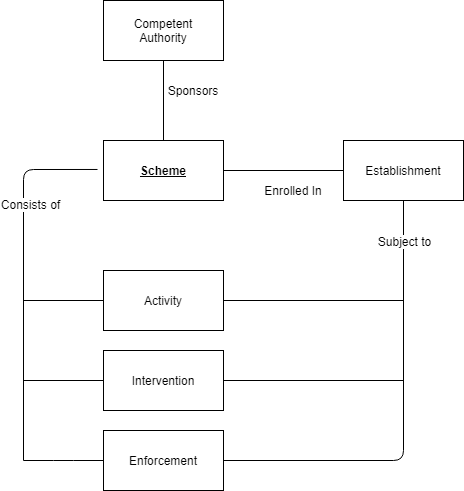
The draw.io diagram docs/entities/diagrams/Scheme.png in sheppard-ds/NH_ADMM, before a commit. Source tidied: cells renumbered, new cells last; positions are measured from the earlier drawing's top-left corner, leaving out a move shared by most shapes. Source of this version:
```xml
<mxGraphModel>
  <root>
    <mxCell id="0" />
    <mxCell id="1" parent="0" />
    <mxCell id="2" value="&lt;b&gt;&lt;u&gt;Scheme&lt;/u&gt;&lt;/b&gt;" style="rounded=0;whiteSpace=wrap;html=1;" parent="1" vertex="1">
      <mxGeometry x="80" y="140" width="120" height="60" as="geometry" />
    </mxCell>
    <mxCell id="3" value="Intervention" style="rounded=0;whiteSpace=wrap;html=1;" parent="1" vertex="1">
      <mxGeometry x="80" y="350" width="120" height="60" as="geometry" />
    </mxCell>
    <mxCell id="4" value="Enforcement" style="rounded=0;whiteSpace=wrap;html=1;" parent="1" vertex="1">
      <mxGeometry x="80" y="430" width="120" height="60" as="geometry" />
    </mxCell>
    <mxCell id="5" value="Establishment" style="rounded=0;whiteSpace=wrap;html=1;" parent="1" vertex="1">
      <mxGeometry x="320" y="140" width="120" height="60" as="geometry" />
    </mxCell>
    <mxCell id="6" value="Competent&lt;br&gt;Authority" style="rounded=0;whiteSpace=wrap;html=1;" parent="1" vertex="1">
      <mxGeometry x="80" width="120" height="60" as="geometry" />
    </mxCell>
    <mxCell id="7" style="endArrow=none;html=1;exitX=0;exitY=0.5;exitDx=0;exitDy=0;" parent="1" edge="1">
      <mxGeometry relative="1" as="geometry">
        <mxPoint x="80" y="300" as="sourcePoint" />
        <mxPoint y="300" as="targetPoint" />
      </mxGeometry>
    </mxCell>
    <mxCell id="8" style="endArrow=none;html=1;exitX=0;exitY=0.5;exitDx=0;exitDy=0;" parent="1" edge="1" source="3">
      <mxGeometry relative="1" as="geometry">
        <mxPoint y="380" as="targetPoint" />
      </mxGeometry>
    </mxCell>
    <mxCell id="9" style="endArrow=none;html=1;exitX=0;exitY=0.5;exitDx=0;exitDy=0;" parent="1" edge="1" source="4">
      <mxGeometry relative="1" as="geometry">
        <mxPoint y="460" as="targetPoint" />
        <Array as="points">
          <mxPoint x="40" y="460" />
        </Array>
      </mxGeometry>
    </mxCell>
    <mxCell id="10" style="endArrow=none;html=1;entryX=-0.05;entryY=0.483;entryDx=0;entryDy=0;entryPerimeter=0;" parent="1" edge="1" target="2">
      <mxGeometry relative="1" as="geometry">
        <mxPoint y="460" as="sourcePoint" />
        <Array as="points">
          <mxPoint y="169" />
        </Array>
      </mxGeometry>
    </mxCell>
    <mxCell id="11" value="Consists of" style="text;html=1;align=center;verticalAlign=middle;labelBackgroundColor=#ffffff;" parent="10" vertex="1">
      <mxGeometry x="0.4" y="-6" relative="1" as="geometry">
        <mxPoint y="-1" as="offset" />
      </mxGeometry>
    </mxCell>
    <mxCell id="12" style="endArrow=none;html=1;entryX=0.5;entryY=1;entryDx=0;entryDy=0;exitX=1;exitY=0.5;exitDx=0;exitDy=0;" parent="1" edge="1" source="4" target="5">
      <mxGeometry relative="1" as="geometry">
        <Array as="points">
          <mxPoint x="380" y="460" />
        </Array>
      </mxGeometry>
    </mxCell>
    <mxCell id="13" value="Subject to" style="text;html=1;align=center;verticalAlign=middle;labelBackgroundColor=#ffffff;" parent="12" vertex="1">
      <mxGeometry x="0.4" y="-6" relative="1" as="geometry">
        <mxPoint x="-6" y="-92" as="offset" />
      </mxGeometry>
    </mxCell>
    <mxCell id="14" style="endArrow=none;html=1;" parent="1" edge="1">
      <mxGeometry relative="1" as="geometry">
        <mxPoint x="200" y="300" as="sourcePoint" />
        <mxPoint x="380" y="300" as="targetPoint" />
      </mxGeometry>
    </mxCell>
    <mxCell id="15" style="edgeStyle=none;rounded=0;orthogonalLoop=1;jettySize=auto;html=1;entryX=1;entryY=0.5;entryDx=0;entryDy=0;" parent="1" edge="1">
      <mxGeometry relative="1" as="geometry">
        <mxPoint x="200" y="300" as="sourcePoint" />
        <mxPoint x="200" y="300" as="targetPoint" />
      </mxGeometry>
    </mxCell>
    <mxCell id="16" style="endArrow=none;html=1;exitX=1;exitY=0.5;exitDx=0;exitDy=0;" parent="1" edge="1" source="3">
      <mxGeometry relative="1" as="geometry">
        <mxPoint x="380" y="380" as="targetPoint" />
      </mxGeometry>
    </mxCell>
    <mxCell id="17" style="endArrow=none;html=1;entryX=0;entryY=0.5;entryDx=0;entryDy=0;exitX=1;exitY=0.5;exitDx=0;exitDy=0;" parent="1" edge="1">
      <mxGeometry relative="1" as="geometry">
        <mxPoint x="200" y="170" as="sourcePoint" />
        <mxPoint x="320" y="170" as="targetPoint" />
      </mxGeometry>
    </mxCell>
    <mxCell id="18" value="Enrolled In" style="text;html=1;strokeColor=none;fillColor=none;align=center;verticalAlign=middle;whiteSpace=wrap;rounded=0;" parent="1" vertex="1">
      <mxGeometry x="240" y="180" width="60" height="20" as="geometry" />
    </mxCell>
    <mxCell id="19" style="endArrow=none;html=1;entryX=0.5;entryY=1;entryDx=0;entryDy=0;exitX=0.5;exitY=0;exitDx=0;exitDy=0;" parent="1" edge="1" source="2" target="6">
      <mxGeometry relative="1" as="geometry" />
    </mxCell>
    <mxCell id="20" value="Sponsors" style="text;html=1;strokeColor=none;fillColor=none;align=center;verticalAlign=middle;whiteSpace=wrap;rounded=0;" parent="1" vertex="1">
      <mxGeometry x="150" y="80" width="40" height="20" as="geometry" />
    </mxCell>
    <mxCell id="21" value="Activity" style="rounded=0;whiteSpace=wrap;html=1;" parent="1" vertex="1">
      <mxGeometry x="80" y="270" width="120" height="60" as="geometry" />
    </mxCell>
  </root>
</mxGraphModel>
```
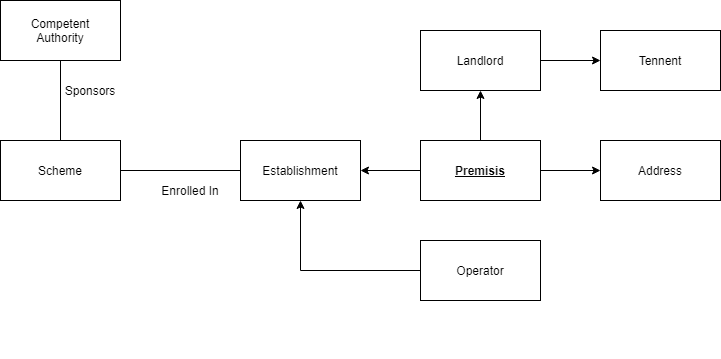
After the change.

Commit message:
scheme and activity models

The edit, as a diff of the source:
```diff
@@ -2,82 +2,21 @@
   <root>
     <mxCell id="0" />
     <mxCell id="1" parent="0" />
-    <mxCell id="2" value="&lt;b&gt;&lt;u&gt;Scheme&lt;/u&gt;&lt;/b&gt;" style="rounded=0;whiteSpace=wrap;html=1;" parent="1" vertex="1">
+    <mxCell id="2" value="Scheme" style="rounded=0;whiteSpace=wrap;html=1;" parent="1" vertex="1">
       <mxGeometry x="80" y="140" width="120" height="60" as="geometry" />
     </mxCell>
-    <mxCell id="3" value="Intervention" style="rounded=0;whiteSpace=wrap;html=1;" parent="1" vertex="1">
-      <mxGeometry x="80" y="350" width="120" height="60" as="geometry" />
-    </mxCell>
-    <mxCell id="4" value="Enforcement" style="rounded=0;whiteSpace=wrap;html=1;" parent="1" vertex="1">
-      <mxGeometry x="80" y="430" width="120" height="60" as="geometry" />
-    </mxCell>
     <mxCell id="5" value="Establishment" style="rounded=0;whiteSpace=wrap;html=1;" parent="1" vertex="1">
       <mxGeometry x="320" y="140" width="120" height="60" as="geometry" />
     </mxCell>
     <mxCell id="6" value="Competent&lt;br&gt;Authority" style="rounded=0;whiteSpace=wrap;html=1;" parent="1" vertex="1">
       <mxGeometry x="80" width="120" height="60" as="geometry" />
     </mxCell>
-    <mxCell id="7" style="endArrow=none;html=1;exitX=0;exitY=0.5;exitDx=0;exitDy=0;" parent="1" edge="1">
-      <mxGeometry relative="1" as="geometry">
-        <mxPoint x="80" y="300" as="sourcePoint" />
-        <mxPoint y="300" as="targetPoint" />
-      </mxGeometry>
-    </mxCell>
-    <mxCell id="8" style="endArrow=none;html=1;exitX=0;exitY=0.5;exitDx=0;exitDy=0;" parent="1" edge="1" source="3">
-      <mxGeometry relative="1" as="geometry">
-        <mxPoint y="380" as="targetPoint" />
-      </mxGeometry>
-    </mxCell>
-    <mxCell id="9" style="endArrow=none;html=1;exitX=0;exitY=0.5;exitDx=0;exitDy=0;" parent="1" edge="1" source="4">
-      <mxGeometry relative="1" as="geometry">
-        <mxPoint y="460" as="targetPoint" />
-        <Array as="points">
-          <mxPoint x="40" y="460" />
-        </Array>
-      </mxGeometry>
-    </mxCell>
-    <mxCell id="10" style="endArrow=none;html=1;entryX=-0.05;entryY=0.483;entryDx=0;entryDy=0;entryPerimeter=0;" parent="1" edge="1" target="2">
-      <mxGeometry relative="1" as="geometry">
-        <mxPoint y="460" as="sourcePoint" />
-        <Array as="points">
-          <mxPoint y="169" />
-        </Array>
-      </mxGeometry>
-    </mxCell>
-    <mxCell id="11" value="Consists of" style="text;html=1;align=center;verticalAlign=middle;labelBackgroundColor=#ffffff;" parent="10" vertex="1">
-      <mxGeometry x="0.4" y="-6" relative="1" as="geometry">
-        <mxPoint y="-1" as="offset" />
-      </mxGeometry>
-    </mxCell>
-    <mxCell id="12" style="endArrow=none;html=1;entryX=0.5;entryY=1;entryDx=0;entryDy=0;exitX=1;exitY=0.5;exitDx=0;exitDy=0;" parent="1" edge="1" source="4" target="5">
-      <mxGeometry relative="1" as="geometry">
-        <Array as="points">
-          <mxPoint x="380" y="460" />
-        </Array>
-      </mxGeometry>
-    </mxCell>
-    <mxCell id="13" value="Subject to" style="text;html=1;align=center;verticalAlign=middle;labelBackgroundColor=#ffffff;" parent="12" vertex="1">
-      <mxGeometry x="0.4" y="-6" relative="1" as="geometry">
-        <mxPoint x="-6" y="-92" as="offset" />
-      </mxGeometry>
-    </mxCell>
-    <mxCell id="14" style="endArrow=none;html=1;" parent="1" edge="1">
-      <mxGeometry relative="1" as="geometry">
-        <mxPoint x="200" y="300" as="sourcePoint" />
-        <mxPoint x="380" y="300" as="targetPoint" />
-      </mxGeometry>
-    </mxCell>
     <mxCell id="15" style="edgeStyle=none;rounded=0;orthogonalLoop=1;jettySize=auto;html=1;entryX=1;entryY=0.5;entryDx=0;entryDy=0;" parent="1" edge="1">
       <mxGeometry relative="1" as="geometry">
-        <mxPoint x="200" y="300" as="sourcePoint" />
-        <mxPoint x="200" y="300" as="targetPoint" />
+        <mxPoint x="310" y="350" as="sourcePoint" />
+        <mxPoint x="310" y="350" as="targetPoint" />
       </mxGeometry>
     </mxCell>
-    <mxCell id="16" style="endArrow=none;html=1;exitX=1;exitY=0.5;exitDx=0;exitDy=0;" parent="1" edge="1" source="3">
-      <mxGeometry relative="1" as="geometry">
-        <mxPoint x="380" y="380" as="targetPoint" />
-      </mxGeometry>
-    </mxCell>
     <mxCell id="17" style="endArrow=none;html=1;entryX=0;entryY=0.5;entryDx=0;entryDy=0;exitX=1;exitY=0.5;exitDx=0;exitDy=0;" parent="1" edge="1">
       <mxGeometry relative="1" as="geometry">
         <mxPoint x="200" y="170" as="sourcePoint" />
@@ -93,8 +32,35 @@
     <mxCell id="20" value="Sponsors" style="text;html=1;strokeColor=none;fillColor=none;align=center;verticalAlign=middle;whiteSpace=wrap;rounded=0;" parent="1" vertex="1">
       <mxGeometry x="150" y="80" width="40" height="20" as="geometry" />
     </mxCell>
-    <mxCell id="21" value="Activity" style="rounded=0;whiteSpace=wrap;html=1;" parent="1" vertex="1">
-      <mxGeometry x="80" y="270" width="120" height="60" as="geometry" />
-    </mxCell>
+    <mxCell id="22" style="edgeStyle=orthogonalEdgeStyle;rounded=0;jettySize=auto;html=1;" parent="1" edge="1" source="25" target="5">
+      <mxGeometry relative="1" as="geometry" />
+    </mxCell>
+    <mxCell id="23" style="edgeStyle=orthogonalEdgeStyle;rounded=0;jettySize=auto;html=1;" parent="1" edge="1" source="25" target="26">
+      <mxGeometry relative="1" as="geometry" />
+    </mxCell>
+    <mxCell id="24" style="edgeStyle=orthogonalEdgeStyle;rounded=0;jettySize=auto;html=1;" parent="1" edge="1" source="25" target="28">
+      <mxGeometry relative="1" as="geometry" />
+    </mxCell>
+    <mxCell id="25" value="&lt;b&gt;&lt;u&gt;Premisis&lt;/u&gt;&lt;/b&gt;" style="rounded=0;whiteSpace=wrap;html=1;" parent="1" vertex="1">
+      <mxGeometry x="500" y="140" width="120" height="60" as="geometry" />
+    </mxCell>
+    <mxCell id="26" value="Address" style="rounded=0;whiteSpace=wrap;html=1;" parent="1" vertex="1">
+      <mxGeometry x="680" y="140" width="120" height="60" as="geometry" />
+    </mxCell>
+    <mxCell id="27" style="edgeStyle=orthogonalEdgeStyle;rounded=0;jettySize=auto;html=1;" parent="1" edge="1" source="28" target="31">
+      <mxGeometry relative="1" as="geometry" />
+    </mxCell>
+    <mxCell id="28" value="Landlord" style="rounded=0;whiteSpace=wrap;html=1;" parent="1" vertex="1">
+      <mxGeometry x="500" y="30" width="120" height="60" as="geometry" />
+    </mxCell>
+    <mxCell id="29" style="edgeStyle=orthogonalEdgeStyle;rounded=0;jettySize=auto;html=1;entryX=0.5;entryY=1;entryDx=0;entryDy=0;" parent="1" edge="1" source="30" target="5">
+      <mxGeometry relative="1" as="geometry" />
+    </mxCell>
+    <mxCell id="30" value="Operator" style="rounded=0;whiteSpace=wrap;html=1;" parent="1" vertex="1">
+      <mxGeometry x="500" y="240" width="120" height="60" as="geometry" />
+    </mxCell>
+    <mxCell id="31" value="Tennent" style="rounded=0;whiteSpace=wrap;html=1;" parent="1" vertex="1">
+      <mxGeometry x="680" y="30" width="120" height="60" as="geometry" />
+    </mxCell>
   </root>
 </mxGraphModel>
```
